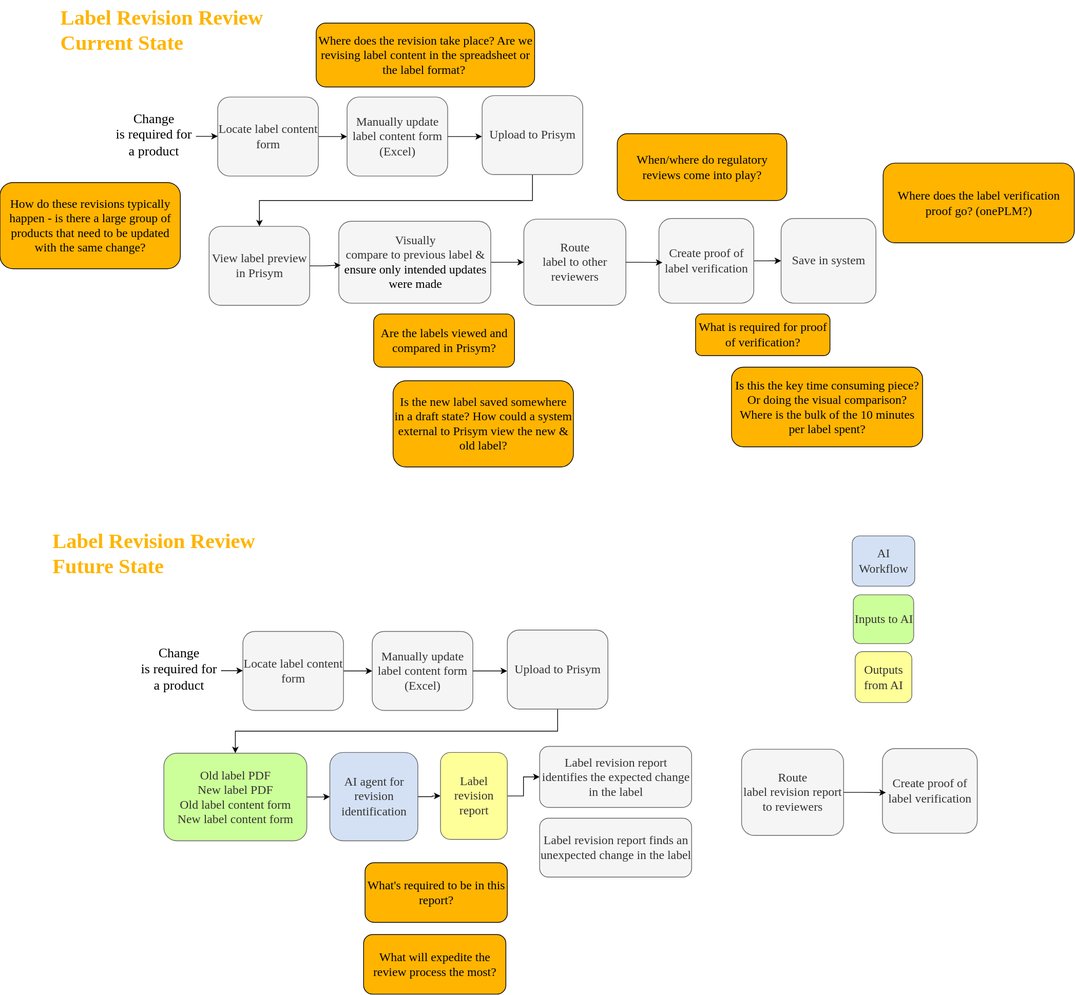
This is raw/Ortho Labeling Workflows.drawio.svg from keewonhong-slalom/StrykerFDE-Ortho, a draw.io export, as it was before one commit. Source tidied: cells renumbered, new cells last; positions are measured from the earlier drawing's top-left corner, leaving out a move shared by most shapes.
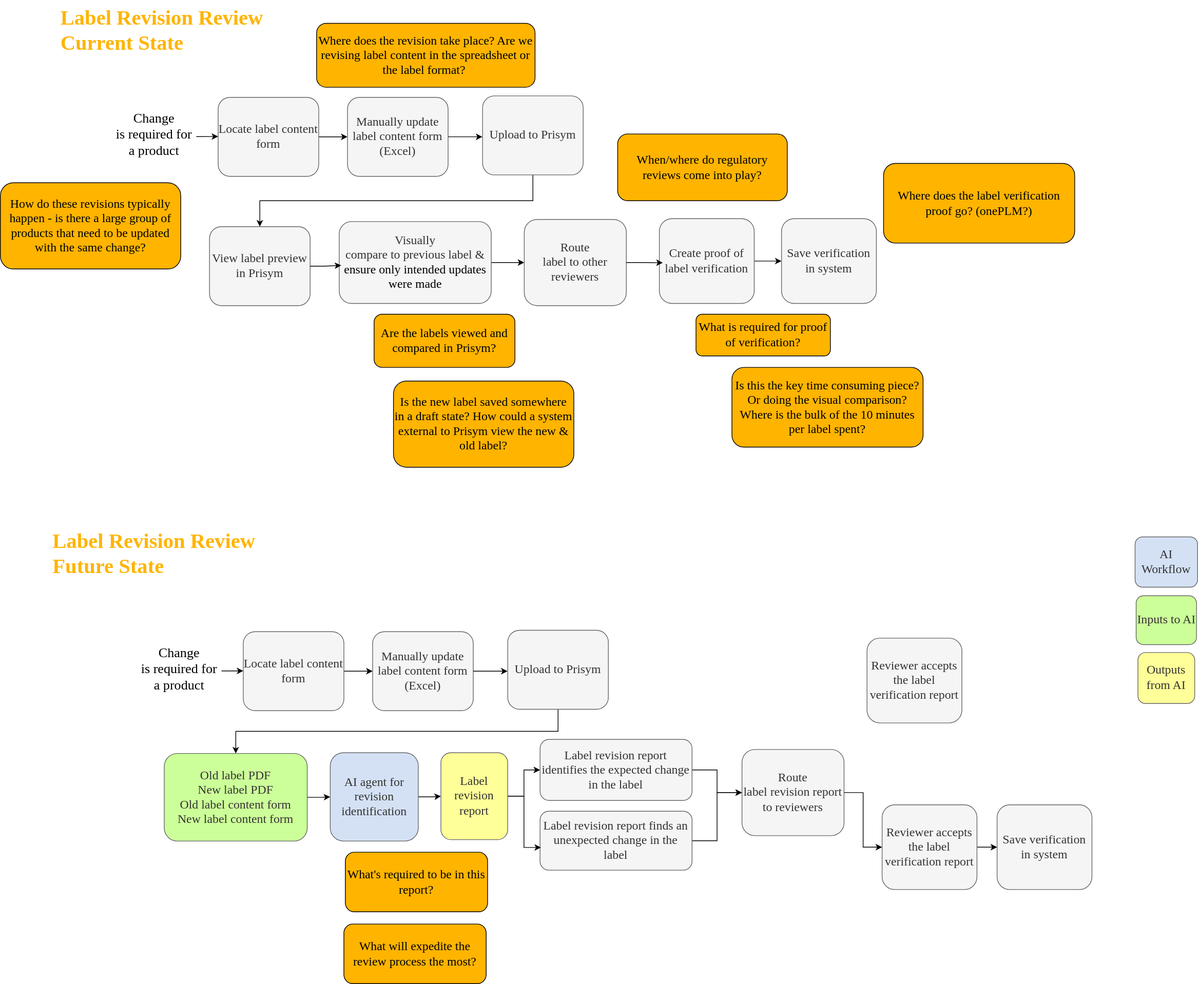
The same file after the commit.

Commit message:
vault backup: 2026-04-28 16:03:37

Affected files:
raw/Ortho Labeling Workflows.drawio.svg

What changed in the source:
```diff
@@ -95,13 +95,10 @@
     <mxCell id="32" value="&lt;p style=&quot;margin-top: 0pt; margin-bottom: 0pt; direction: ltr; unicode-bidi: embed; vertical-align: baseline;&quot;&gt;&lt;span style=&quot;font-family: Cambria;&quot;&gt;&lt;font&gt;Route&lt;br&gt;label revision report to reviewers&lt;/font&gt;&lt;/span&gt;&lt;/p&gt;" style="rounded=1;whiteSpace=wrap;html=1;fillColor=#f5f5f5;fontColor=#333333;strokeColor=#666666;fontFamily=cambria;fontSize=17;" parent="1" vertex="1">
       <mxGeometry x="1032" y="1043" width="142" height="120" as="geometry" />
     </mxCell>
-    <mxCell id="33" value="&lt;p style=&quot;margin-top: 0pt; margin-bottom: 0pt; direction: ltr; unicode-bidi: embed; vertical-align: baseline;&quot;&gt;&lt;font face=&quot;Cambria&quot;&gt;Create proof of label verification&lt;/font&gt;&lt;/p&gt;" style="rounded=1;whiteSpace=wrap;html=1;fillColor=#f5f5f5;fontColor=#333333;strokeColor=#666666;fontFamily=cambria;fontSize=17;" parent="1" vertex="1">
-      <mxGeometry x="1228" y="1042" width="132" height="118" as="geometry" />
-    </mxCell>
     <mxCell id="34" style="edgeStyle=orthogonalEdgeStyle;rounded=0;jettySize=auto;html=1;entryX=-0.002;entryY=0.518;entryDx=0;entryDy=0;entryPerimeter=0;" parent="1" edge="1" source="29" target="31">
       <mxGeometry relative="1" as="geometry" />
     </mxCell>
-    <mxCell id="35" style="edgeStyle=orthogonalEdgeStyle;rounded=0;jettySize=auto;html=1;entryX=0.036;entryY=0.52;entryDx=0;entryDy=0;entryPerimeter=0;" parent="1" edge="1" source="32" target="33">
+    <mxCell id="35" style="edgeStyle=orthogonalEdgeStyle;rounded=0;jettySize=auto;html=1;entryX=0;entryY=0.5;entryDx=0;entryDy=0;" parent="1" edge="1" source="32" target="57">
       <mxGeometry relative="1" as="geometry" />
     </mxCell>
     <mxCell id="36" style="edgeStyle=orthogonalEdgeStyle;rounded=0;jettySize=auto;html=1;entryX=0;entryY=0.5;entryDx=0;entryDy=0;exitX=0.997;exitY=0.609;exitDx=0;exitDy=0;exitPerimeter=0;" parent="1" edge="1" source="28" target="27">
@@ -111,7 +108,7 @@
       <mxGeometry x="1018" y="511" width="266" height="111" as="geometry" />
     </mxCell>
     <mxCell id="38" value="AI Workflow" style="rounded=1;whiteSpace=wrap;html=1;fillColor=#D4E1F5;fontColor=#333333;strokeColor=#666666;fontFamily=cambria;fontSize=17;" parent="1" vertex="1">
-      <mxGeometry x="1186" y="746" width="87" height="70" as="geometry" />
+      <mxGeometry x="1579" y="747" width="87" height="70" as="geometry" />
     </mxCell>
     <mxCell id="39" style="edgeStyle=orthogonalEdgeStyle;rounded=0;jettySize=auto;html=1;entryX=0;entryY=0.5;entryDx=0;entryDy=0;" parent="1" edge="1" source="40" target="44">
       <mxGeometry relative="1" as="geometry" />
@@ -120,10 +117,10 @@
       <mxGeometry x="228" y="1048.5" width="199" height="122" as="geometry" />
     </mxCell>
     <mxCell id="41" value="Outputs from AI" style="rounded=1;whiteSpace=wrap;html=1;fillColor=#FFFF99;fontColor=#333333;strokeColor=#666666;fontFamily=cambria;fontSize=17;" parent="1" vertex="1">
-      <mxGeometry x="1190" y="907" width="79" height="71" as="geometry" />
+      <mxGeometry x="1583" y="908" width="79" height="71" as="geometry" />
     </mxCell>
     <mxCell id="42" value="Inputs to AI" style="rounded=1;whiteSpace=wrap;html=1;fillColor=#CCFF99;fontColor=#333333;strokeColor=#666666;fontFamily=cambria;fontSize=17;" parent="1" vertex="1">
-      <mxGeometry x="1187.5" y="828" width="84" height="68" as="geometry" />
+      <mxGeometry x="1580.5" y="829" width="84" height="68" as="geometry" />
     </mxCell>
     <mxCell id="43" style="edgeStyle=orthogonalEdgeStyle;rounded=0;jettySize=auto;html=1;entryX=0;entryY=0.5;entryDx=0;entryDy=0;" parent="1" edge="1" source="44" target="46">
       <mxGeometry relative="1" as="geometry" />
@@ -138,22 +135,43 @@
       <mxGeometry x="613" y="1047.5" width="93" height="121" as="geometry" />
     </mxCell>
     <mxCell id="47" value="What's required to be in this report?" style="rounded=1;whiteSpace=wrap;html=1;labelBorderColor=none;labelBackgroundColor=none;fillColor=light-dark(#FFB400,#FFB400);gradientColor=none;fillStyle=solid;fontFamily=cambria;fontSize=17;" parent="1" vertex="1">
-      <mxGeometry x="508" y="1201" width="198" height="83" as="geometry" />
+      <mxGeometry x="480" y="1186" width="198" height="83" as="geometry" />
     </mxCell>
     <mxCell id="48" value="What will expedite the review process the most?" style="rounded=1;whiteSpace=wrap;html=1;labelBorderColor=none;labelBackgroundColor=none;fillColor=light-dark(#FFB400,#FFB400);gradientColor=none;fillStyle=solid;fontFamily=cambria;fontSize=17;" parent="1" vertex="1">
-      <mxGeometry x="506" y="1301" width="198" height="83" as="geometry" />
+      <mxGeometry x="478" y="1286" width="198" height="83" as="geometry" />
     </mxCell>
-    <mxCell id="49" value="&lt;p style=&quot;margin-top: 0pt; margin-bottom: 0pt; direction: ltr; unicode-bidi: embed; vertical-align: baseline;&quot;&gt;&lt;font face=&quot;Cambria&quot;&gt;Save in system&lt;/font&gt;&lt;/p&gt;" style="rounded=1;whiteSpace=wrap;html=1;fillColor=#f5f5f5;fontColor=#333333;strokeColor=#666666;fontFamily=cambria;fontSize=17;" parent="1" vertex="1">
+    <mxCell id="49" value="&lt;p style=&quot;margin-top: 0pt; margin-bottom: 0pt; direction: ltr; unicode-bidi: embed; vertical-align: baseline;&quot;&gt;&lt;span style=&quot;font-family: Cambria;&quot;&gt;Save verification in system&lt;/span&gt;&lt;/p&gt;" style="rounded=1;whiteSpace=wrap;html=1;fillColor=#f5f5f5;fontColor=#333333;strokeColor=#666666;fontFamily=cambria;fontSize=17;" parent="1" vertex="1">
       <mxGeometry x="1087" y="304" width="132" height="118" as="geometry" />
     </mxCell>
     <mxCell id="50" value="Where does the label verification proof go? (onePLM?)" style="rounded=1;whiteSpace=wrap;html=1;labelBorderColor=none;labelBackgroundColor=none;fillColor=light-dark(#FFB400,#FFB400);gradientColor=none;fillStyle=solid;fontFamily=cambria;fontSize=17;" parent="1" vertex="1">
       <mxGeometry x="1229" y="227" width="266" height="111" as="geometry" />
     </mxCell>
+    <mxCell id="53" style="edgeStyle=orthogonalEdgeStyle;rounded=0;jettySize=auto;html=1;entryX=0;entryY=0.5;entryDx=0;entryDy=0;" parent="1" edge="1" source="51" target="32">
+      <mxGeometry relative="1" as="geometry" />
+    </mxCell>
     <mxCell id="51" value="&lt;p style=&quot;margin-top: 0pt; margin-bottom: 0pt; direction: ltr; unicode-bidi: embed; vertical-align: baseline;&quot;&gt;&lt;font face=&quot;Cambria&quot;&gt;Label revision report identifies the expected change in the label&lt;/font&gt;&lt;/p&gt;" style="rounded=1;whiteSpace=wrap;html=1;fillColor=#f5f5f5;fontColor=#333333;strokeColor=#666666;fontFamily=cambria;fontSize=17;" parent="1" vertex="1">
-      <mxGeometry x="751" y="1039" width="211.5" height="85" as="geometry" />
+      <mxGeometry x="751" y="1029" width="211.5" height="85" as="geometry" />
     </mxCell>
+    <mxCell id="54" style="edgeStyle=orthogonalEdgeStyle;rounded=0;jettySize=auto;html=1;entryX=0;entryY=0.5;entryDx=0;entryDy=0;" parent="1" edge="1" source="52" target="32">
+      <mxGeometry relative="1" as="geometry" />
+    </mxCell>
     <mxCell id="52" value="&lt;p style=&quot;margin-top: 0pt; margin-bottom: 0pt; direction: ltr; unicode-bidi: embed; vertical-align: baseline;&quot;&gt;&lt;font face=&quot;Cambria&quot;&gt;Label revision report finds an unexpected change in the label&lt;/font&gt;&lt;/p&gt;" style="rounded=1;whiteSpace=wrap;html=1;fillColor=#f5f5f5;fontColor=#333333;strokeColor=#666666;fontFamily=cambria;fontSize=17;" parent="1" vertex="1">
-      <mxGeometry x="751" y="1139" width="211.5" height="82" as="geometry" />
+      <mxGeometry x="751" y="1129" width="211.5" height="82" as="geometry" />
     </mxCell>
+    <mxCell id="55" style="edgeStyle=orthogonalEdgeStyle;rounded=0;jettySize=auto;html=1;entryX=0.006;entryY=0.615;entryDx=0;entryDy=0;entryPerimeter=0;" parent="1" edge="1" source="46" target="52">
+      <mxGeometry relative="1" as="geometry" />
+    </mxCell>
+    <mxCell id="56" style="edgeStyle=orthogonalEdgeStyle;rounded=0;jettySize=auto;html=1;" parent="1" edge="1" source="57" target="58">
+      <mxGeometry relative="1" as="geometry" />
+    </mxCell>
+    <mxCell id="57" value="&lt;p style=&quot;margin-top: 0pt; margin-bottom: 0pt; direction: ltr; unicode-bidi: embed; vertical-align: baseline;&quot;&gt;&lt;font face=&quot;Cambria&quot;&gt;Reviewer accepts the label verification report&lt;/font&gt;&lt;/p&gt;" style="rounded=1;whiteSpace=wrap;html=1;fillColor=#f5f5f5;fontColor=#333333;strokeColor=#666666;fontFamily=cambria;fontSize=17;" parent="1" vertex="1">
+      <mxGeometry x="1227" y="1120" width="132" height="118" as="geometry" />
+    </mxCell>
+    <mxCell id="58" value="&lt;p style=&quot;margin-top: 0pt; margin-bottom: 0pt; direction: ltr; unicode-bidi: embed; vertical-align: baseline;&quot;&gt;&lt;font face=&quot;Cambria&quot;&gt;Save verification in system&lt;/font&gt;&lt;/p&gt;" style="rounded=1;whiteSpace=wrap;html=1;fillColor=#f5f5f5;fontColor=#333333;strokeColor=#666666;fontFamily=cambria;fontSize=17;" parent="1" vertex="1">
+      <mxGeometry x="1387" y="1120" width="132" height="118" as="geometry" />
+    </mxCell>
+    <mxCell id="59" value="&lt;p style=&quot;margin-top: 0pt; margin-bottom: 0pt; direction: ltr; unicode-bidi: embed; vertical-align: baseline;&quot;&gt;&lt;font face=&quot;Cambria&quot;&gt;Reviewer accepts the label verification report&lt;/font&gt;&lt;/p&gt;" style="rounded=1;whiteSpace=wrap;html=1;fillColor=#f5f5f5;fontColor=#333333;strokeColor=#666666;fontFamily=cambria;fontSize=17;" parent="1" vertex="1">
+      <mxGeometry x="1206" y="888" width="132" height="118" as="geometry" />
+    </mxCell>
   </root>
 </mxGraphModel>
```
